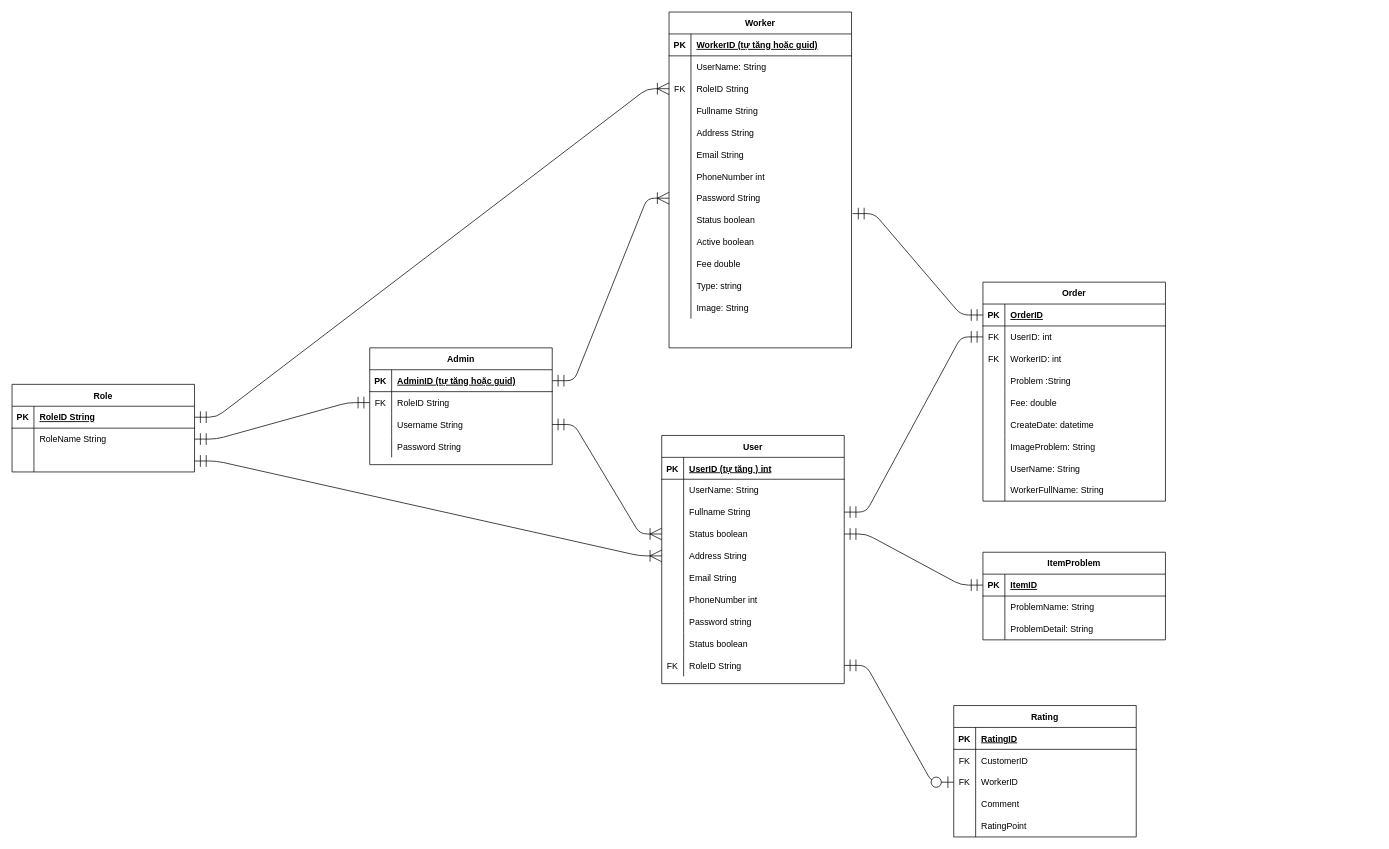
This is Database_Version1.drawio from tan0976861/RepairHomeElectricsBooking, a draw.io file, before an edit. Source tidied: cells renumbered, new cells numbered last; positions are measured from the earlier drawing's top-left corner, leaving out a move shared by most shapes. Both pictures are drawn from the tidied source at 73%, with x=0, y=0 at pixel (12, 12).
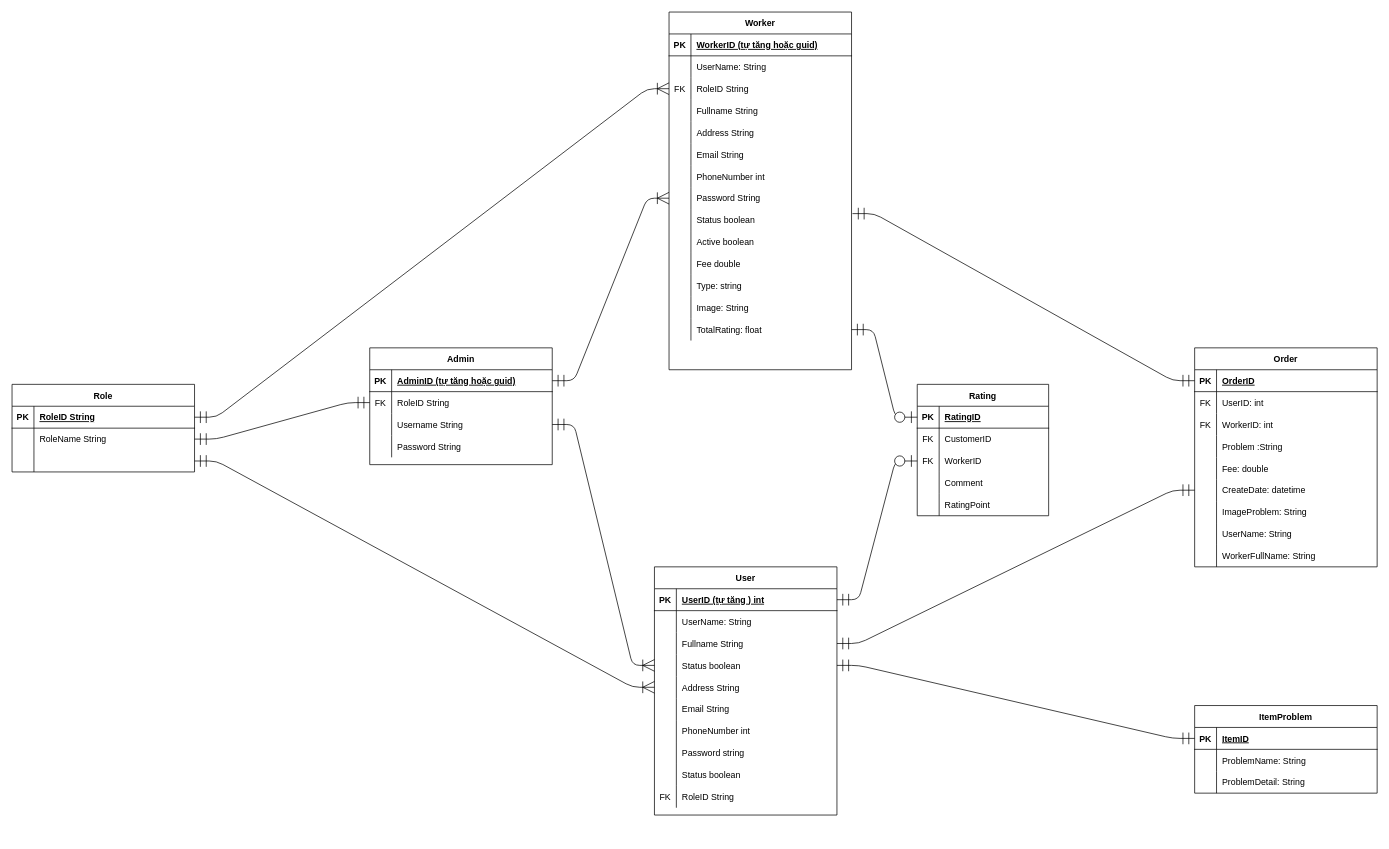
Above is the later version.

The change refers to these unchanged cells:
```xml
<mxCell id="13" style="shape=partialRectangle;fillColor=none;points=[[0,0.5],[1,0.5]];portConstraint=eastwest;top=0;left=0;right=0;bottom=1;" parent="12" vertex="1">
  <mxGeometry y="30" width="250" height="30" as="geometry" />
</mxCell>
<mxCell id="19" style="shape=partialRectangle;fillColor=none;points=[[0,0.5],[1,0.5]];portConstraint=eastwest;top=0;left=0;right=0;bottom=0;" parent="12" vertex="1">
  <mxGeometry y="90" width="250" height="30" as="geometry" />
</mxCell>
<mxCell id="40" style="shape=partialRectangle;fillColor=none;points=[[0,0.5],[1,0.5]];portConstraint=eastwest;top=0;left=0;right=0;bottom=0;" parent="12" vertex="1">
  <mxGeometry y="300" width="250" height="30" as="geometry" />
</mxCell>
<mxCell id="116" style="shape=partialRectangle;fillColor=none;points=[[0,0.5],[1,0.5]];portConstraint=eastwest;top=0;left=0;right=0;bottom=0;" parent="112" vertex="1">
  <mxGeometry y="60" width="250" height="30" as="geometry" />
</mxCell>
<mxCell id="128" style="shape=partialRectangle;fillColor=none;points=[[0,0.5],[1,0.5]];portConstraint=eastwest;top=0;left=0;right=0;bottom=0;" parent="112" vertex="1">
  <mxGeometry y="180" width="250" height="30" as="geometry" />
</mxCell>
```

What changed in the source:
```diff
@@
     <mxCell id="12" value="User" style="shape=table;startSize=30;childLayout=tableLayout;rowLines=0;fontStyle=1;align=center;" parent="1" vertex="1">
-      <mxGeometry x="890" y="580" width="250" height="340" as="geometry" />
+      <mxGeometry x="880" y="760" width="250" height="340" as="geometry" />
     </mxCell>
@@
     <mxCell id="43" value="Worker" style="shape=table;startSize=30;childLayout=tableLayout;rowLines=0;fontStyle=1;align=center;" parent="1" vertex="1">
-      <mxGeometry x="900" width="250" height="460" as="geometry" />
+      <mxGeometry x="900" width="250" height="490" as="geometry" />
     </mxCell>
@@
+    <mxCell id="159" style="shape=partialRectangle;fillColor=none;points=[[0,0.5],[1,0.5]];portConstraint=eastwest;top=0;left=0;right=0;bottom=0;" parent="43" vertex="1">
+      <mxGeometry y="420" width="250" height="30" as="geometry" />
+    </mxCell>
+    <mxCell id="160" style="shape=partialRectangle;overflow=hidden;fillColor=none;top=0;left=0;bottom=0;right=0;" parent="159" vertex="1">
+      <mxGeometry width="30" height="30" as="geometry" />
+    </mxCell>
+    <mxCell id="161" value="TotalRating: float" style="shape=partialRectangle;overflow=hidden;fillColor=none;top=0;left=0;bottom=0;right=0;align=left;spacingLeft=6;" parent="159" vertex="1">
+      <mxGeometry x="30" width="220" height="30" as="geometry" />
+    </mxCell>
@@
     <mxCell id="96" value="Rating" style="shape=table;startSize=30;childLayout=tableLayout;rowLines=0;fontStyle=1;align=center;" parent="1" vertex="1">
-      <mxGeometry x="1290" y="950" width="250" height="180" as="geometry" />
+      <mxGeometry x="1240" y="510" width="180" height="180" as="geometry" />
     </mxCell>
     <mxCell id="97" style="shape=partialRectangle;fillColor=none;points=[[0,0.5],[1,0.5]];portConstraint=eastwest;top=0;left=0;right=0;bottom=1;" parent="96" vertex="1">
-      <mxGeometry y="30" width="250" height="30" as="geometry" />
+      <mxGeometry y="30" width="180" height="30" as="geometry" />
     </mxCell>
@@
     <mxCell id="99" value="RatingID" style="shape=partialRectangle;overflow=hidden;fillColor=none;top=0;left=0;bottom=0;right=0;align=left;spacingLeft=6;fontStyle=5;" parent="97" vertex="1">
-      <mxGeometry x="30" width="220" height="30" as="geometry" />
+      <mxGeometry x="30" width="150" height="30" as="geometry" />
     </mxCell>
     <mxCell id="100" style="shape=partialRectangle;fillColor=none;top=0;left=0;right=0;bottom=0;" parent="96" vertex="1">
-      <mxGeometry y="60" width="250" height="30" as="geometry" />
+      <mxGeometry y="60" width="180" height="30" as="geometry" />
     </mxCell>
@@
     <mxCell id="102" value="CustomerID" style="shape=partialRectangle;overflow=hidden;fillColor=none;top=0;left=0;bottom=0;right=0;align=left;spacingLeft=6;" parent="100" vertex="1">
-      <mxGeometry x="30" width="220" height="30" as="geometry" />
+      <mxGeometry x="30" width="150" height="30" as="geometry" />
     </mxCell>
     <mxCell id="103" style="shape=partialRectangle;fillColor=none;points=[[0,0.5],[1,0.5]];portConstraint=eastwest;top=0;left=0;right=0;bottom=0;" parent="96" vertex="1">
-      <mxGeometry y="90" width="250" height="30" as="geometry" />
+      <mxGeometry y="90" width="180" height="30" as="geometry" />
     </mxCell>
@@
     <mxCell id="105" value="WorkerID" style="shape=partialRectangle;overflow=hidden;fillColor=none;top=0;left=0;bottom=0;right=0;align=left;spacingLeft=6;" parent="103" vertex="1">
-      <mxGeometry x="30" width="220" height="30" as="geometry" />
+      <mxGeometry x="30" width="150" height="30" as="geometry" />
     </mxCell>
     <mxCell id="106" style="shape=partialRectangle;fillColor=none;top=0;left=0;right=0;bottom=0;" parent="96" vertex="1">
-      <mxGeometry y="120" width="250" height="30" as="geometry" />
+      <mxGeometry y="120" width="180" height="30" as="geometry" />
     </mxCell>
@@
     <mxCell id="108" value="Comment" style="shape=partialRectangle;overflow=hidden;fillColor=none;top=0;left=0;bottom=0;right=0;align=left;spacingLeft=6;" parent="106" vertex="1">
-      <mxGeometry x="30" width="220" height="30" as="geometry" />
+      <mxGeometry x="30" width="150" height="30" as="geometry" />
     </mxCell>
     <mxCell id="109" style="shape=partialRectangle;fillColor=none;top=0;left=0;right=0;bottom=0;" parent="96" vertex="1">
-      <mxGeometry y="150" width="250" height="30" as="geometry" />
+      <mxGeometry y="150" width="180" height="30" as="geometry" />
     </mxCell>
@@
     <mxCell id="111" value="RatingPoint" style="shape=partialRectangle;overflow=hidden;fillColor=none;top=0;left=0;bottom=0;right=0;align=left;spacingLeft=6;" parent="109" vertex="1">
-      <mxGeometry x="30" width="220" height="30" as="geometry" />
+      <mxGeometry x="30" width="150" height="30" as="geometry" />
     </mxCell>
     <mxCell id="112" value="Order" style="shape=table;startSize=30;childLayout=tableLayout;rowLines=0;fontStyle=1;align=center;" parent="1" vertex="1">
-      <mxGeometry x="1330" y="370" width="250" height="300" as="geometry" />
+      <mxGeometry x="1620" y="460" width="250" height="300" as="geometry" />
     </mxCell>
@@
-    <mxCell id="141" style="edgeStyle=entityRelationEdgeStyle;fontSize=12;html=1;endArrow=ERzeroToOne;startArrow=ERmandOne;startSize=14;endSize=14;sourcePerimeterSpacing=8;targetPerimeterSpacing=8;exitX=1;exitY=0.5;exitDx=0;exitDy=0;entryX=0;entryY=0.5;entryDx=0;entryDy=0;" parent="1" edge="1" source="40" target="103">
+    <mxCell id="141" style="edgeStyle=entityRelationEdgeStyle;fontSize=12;html=1;endArrow=ERzeroToOne;startArrow=ERmandOne;startSize=14;endSize=14;sourcePerimeterSpacing=8;targetPerimeterSpacing=8;exitX=1;exitY=0.5;exitDx=0;exitDy=0;entryX=0;entryY=0.5;entryDx=0;entryDy=0;" parent="1" edge="1" source="13" target="103">
       <mxGeometry relative="1" as="geometry" />
     </mxCell>
-    <mxCell id="142" style="edgeStyle=entityRelationEdgeStyle;fontSize=12;html=1;endArrow=ERmandOne;startArrow=ERmandOne;startSize=14;endSize=14;sourcePerimeterSpacing=8;targetPerimeterSpacing=8;exitX=1;exitY=0.5;exitDx=0;exitDy=0;entryX=0;entryY=0.5;entryDx=0;entryDy=0;" parent="1" edge="1" source="19" target="116">
+    <mxCell id="142" style="edgeStyle=entityRelationEdgeStyle;fontSize=12;html=1;endArrow=ERmandOne;startArrow=ERmandOne;startSize=14;endSize=14;sourcePerimeterSpacing=8;targetPerimeterSpacing=8;exitX=1;exitY=0.5;exitDx=0;exitDy=0;entryX=0;entryY=0.5;entryDx=0;entryDy=0;" parent="1" edge="1" source="19" target="128">
       <mxGeometry relative="1" as="geometry" />
     </mxCell>
@@
     <mxCell id="148" value="ItemProblem" style="shape=table;startSize=30;childLayout=tableLayout;rowLines=0;fontStyle=1;align=center;" parent="1" vertex="1">
-      <mxGeometry x="1330" y="740" width="250" height="120" as="geometry" />
+      <mxGeometry x="1620" y="950" width="250" height="120" as="geometry" />
     </mxCell>
@@
+    <mxCell id="162" style="edgeStyle=entityRelationEdgeStyle;fontSize=12;html=1;endArrow=ERzeroToOne;startArrow=ERmandOne;startSize=14;endSize=14;sourcePerimeterSpacing=8;targetPerimeterSpacing=8;exitX=1;exitY=0.5;exitDx=0;exitDy=0;entryX=0;entryY=0.5;entryDx=0;entryDy=0;" parent="1" edge="1" source="159" target="97">
+      <mxGeometry relative="1" as="geometry" />
+    </mxCell>
```
